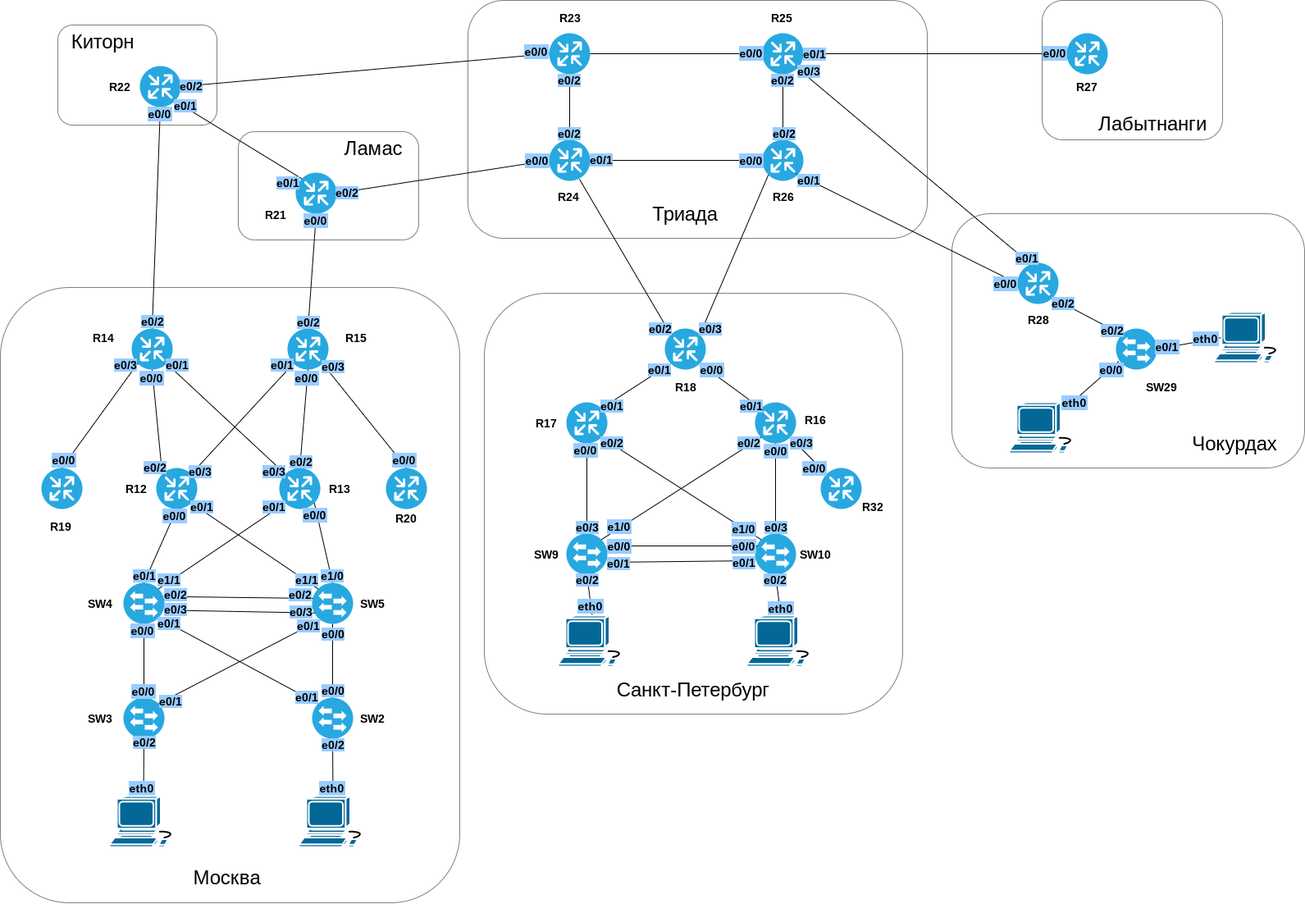
Above: Labs/Lab07/network_draw.io.png in grom1984/otus-networks (draw.io), before the change. Source tidied: cells renumbered, new cells last; positions are measured from the earlier drawing's top-left corner, leaving out a move shared by most shapes.
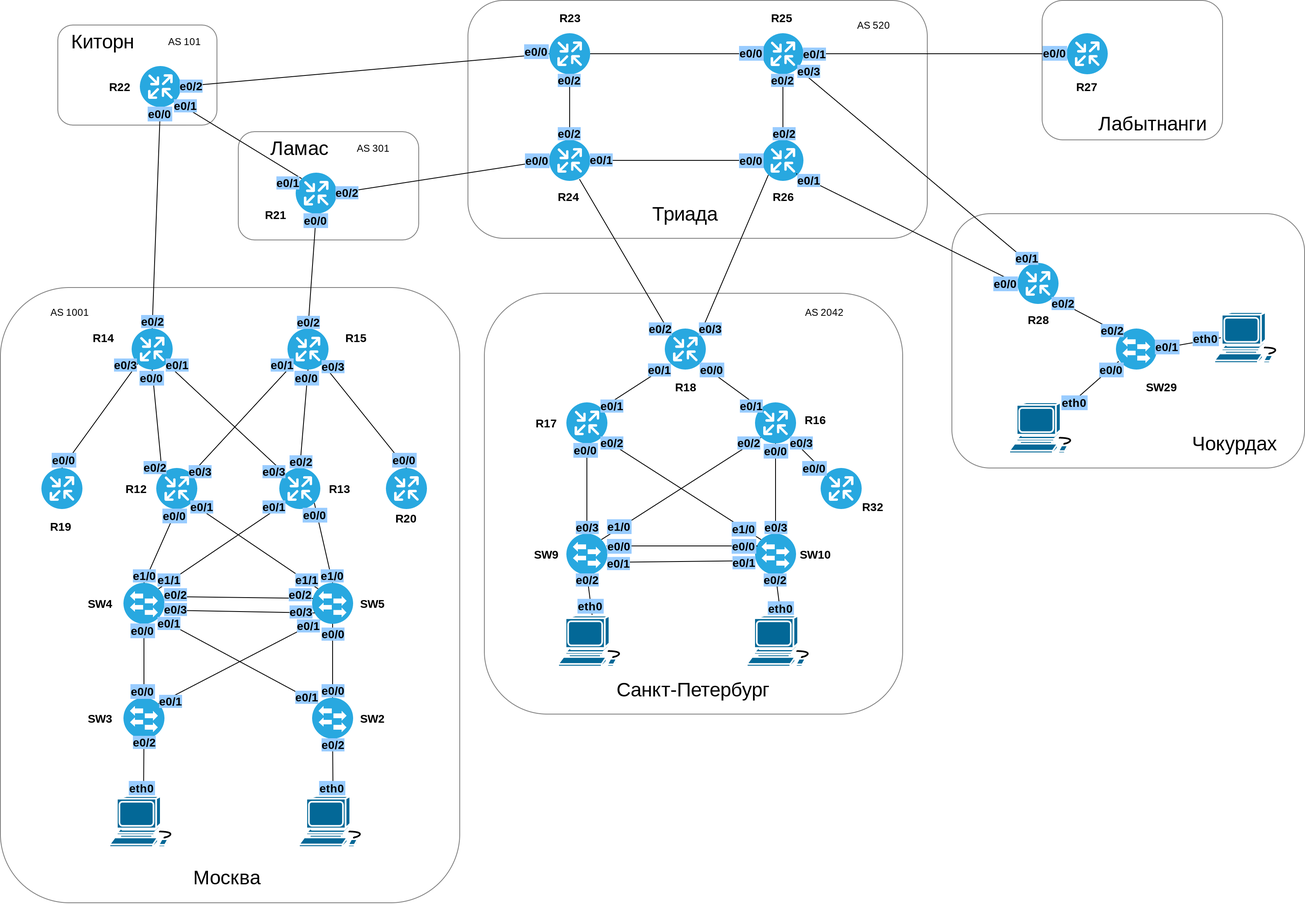
Above is the later version.

What changed in the source:
```diff
@@ -68,8 +68,8 @@
     <mxCell id="23" style="rounded=1;whiteSpace=wrap;html=1;opacity=50;" parent="22" vertex="1">
       <mxGeometry y="-20" width="220" height="132" as="geometry" />
     </mxCell>
-    <mxCell id="24" value="&lt;font style=&quot;font-size: 24px&quot;&gt;Ламас&lt;/font&gt;" style="text;html=1;strokeColor=none;fillColor=none;align=center;verticalAlign=middle;whiteSpace=wrap;rounded=0;" parent="22" vertex="1">
-      <mxGeometry x="140" y="-10" width="50" height="20" as="geometry" />
+    <mxCell id="24" value="&lt;font style=&quot;font-size: 24px&quot;&gt;Ламас&lt;/font&gt;" style="text;html=1;strokeColor=none;fillColor=none;align=center;verticalAlign=middle;whiteSpace=wrap;rounded=0;" parent="1" vertex="1">
+      <mxGeometry x="340" y="170" width="50" height="20" as="geometry" />
     </mxCell>
     <mxCell id="25" value="Routers &amp; Swithes" parent="0" />
     <mxCell id="26" style="verticalLabelPosition=bottom;html=1;fillColor=#28A8E0;verticalAlign=top;align=center;shape=mxgraph.cisco_safe.capability.routing;" parent="25" vertex="1">
@@ -517,7 +517,7 @@
     <mxCell id="136" value="&lt;div&gt;&lt;span style=&quot;color: rgb(0 , 0 , 0) ; font-family: &amp;#34;helvetica&amp;#34; ; font-size: 14px ; font-style: normal ; font-weight: 700 ; letter-spacing: normal ; text-align: center ; text-indent: 0px ; text-transform: none ; word-spacing: 0px ; background-color: rgb(153 , 204 , 255) ; float: none ; display: inline&quot;&gt;e1/1&lt;/span&gt;&lt;/div&gt;" style="text;whiteSpace=wrap;html=1;" parent="123" vertex="1">
       <mxGeometry x="190" y="692" width="30" height="25" as="geometry" />
     </mxCell>
-    <mxCell id="137" value="&lt;div&gt;&lt;span style=&quot;color: rgb(0 , 0 , 0) ; font-family: &amp;#34;helvetica&amp;#34; ; font-size: 14px ; font-style: normal ; font-weight: 700 ; letter-spacing: normal ; text-align: center ; text-indent: 0px ; text-transform: none ; word-spacing: 0px ; background-color: rgb(153 , 204 , 255) ; float: none ; display: inline&quot;&gt;e0/1&lt;/span&gt;&lt;/div&gt;" style="text;whiteSpace=wrap;html=1;" parent="123" vertex="1">
+    <mxCell id="137" value="&lt;div&gt;&lt;span style=&quot;color: rgb(0 , 0 , 0) ; font-family: &amp;#34;helvetica&amp;#34; ; font-size: 14px ; font-style: normal ; font-weight: 700 ; letter-spacing: normal ; text-align: center ; text-indent: 0px ; text-transform: none ; word-spacing: 0px ; background-color: rgb(153 , 204 , 255) ; float: none ; display: inline&quot;&gt;e1/0&lt;/span&gt;&lt;/div&gt;" style="text;whiteSpace=wrap;html=1;" parent="123" vertex="1">
       <mxGeometry x="159.5" y="687" width="30" height="25" as="geometry" />
     </mxCell>
     <mxCell id="138" value="&lt;div&gt;&lt;span style=&quot;color: rgb(0 , 0 , 0) ; font-family: &amp;#34;helvetica&amp;#34; ; font-size: 14px ; font-style: normal ; font-weight: 700 ; letter-spacing: normal ; text-align: center ; text-indent: 0px ; text-transform: none ; word-spacing: 0px ; background-color: rgb(153 , 204 , 255) ; float: none ; display: inline&quot;&gt;e0/1&lt;/span&gt;&lt;/div&gt;" style="text;whiteSpace=wrap;html=1;" parent="123" vertex="1">
@@ -764,5 +764,21 @@
     <mxCell id="219" style="shape=mxgraph.cisco.computers_and_peripherals.workstation;html=1;dashed=0;fillColor=#036897;strokeColor=#ffffff;strokeWidth=2;verticalLabelPosition=bottom;verticalAlign=top;align=center;outlineConnect=0;" parent="213" vertex="1">
       <mxGeometry x="364" y="970" width="83" height="62" as="geometry" />
     </mxCell>
+    <mxCell id="220" value="Autonomys System" parent="0" />
+    <mxCell id="221" value="AS 101" style="text;html=1;strokeColor=none;fillColor=none;align=center;verticalAlign=middle;whiteSpace=wrap;rounded=0;" parent="220" vertex="1">
+      <mxGeometry x="180" y="40" width="90" height="20" as="geometry" />
+    </mxCell>
+    <mxCell id="222" value="AS 301" style="text;html=1;strokeColor=none;fillColor=none;align=center;verticalAlign=middle;whiteSpace=wrap;rounded=0;" parent="220" vertex="1">
+      <mxGeometry x="410" y="170" width="90" height="20" as="geometry" />
+    </mxCell>
+    <mxCell id="223" value="AS 1001" style="text;html=1;strokeColor=none;fillColor=none;align=center;verticalAlign=middle;whiteSpace=wrap;rounded=0;" parent="220" vertex="1">
+      <mxGeometry x="40" y="370" width="90" height="20" as="geometry" />
+    </mxCell>
+    <mxCell id="224" value="AS 2042" style="text;html=1;strokeColor=none;fillColor=none;align=center;verticalAlign=middle;whiteSpace=wrap;rounded=0;" parent="220" vertex="1">
+      <mxGeometry x="960" y="370" width="90" height="20" as="geometry" />
+    </mxCell>
+    <mxCell id="225" value="AS 520" style="text;html=1;strokeColor=none;fillColor=none;align=center;verticalAlign=middle;whiteSpace=wrap;rounded=0;" parent="220" vertex="1">
+      <mxGeometry x="1020" y="20" width="90" height="20" as="geometry" />
+    </mxCell>
   </root>
 </mxGraphModel>
```
